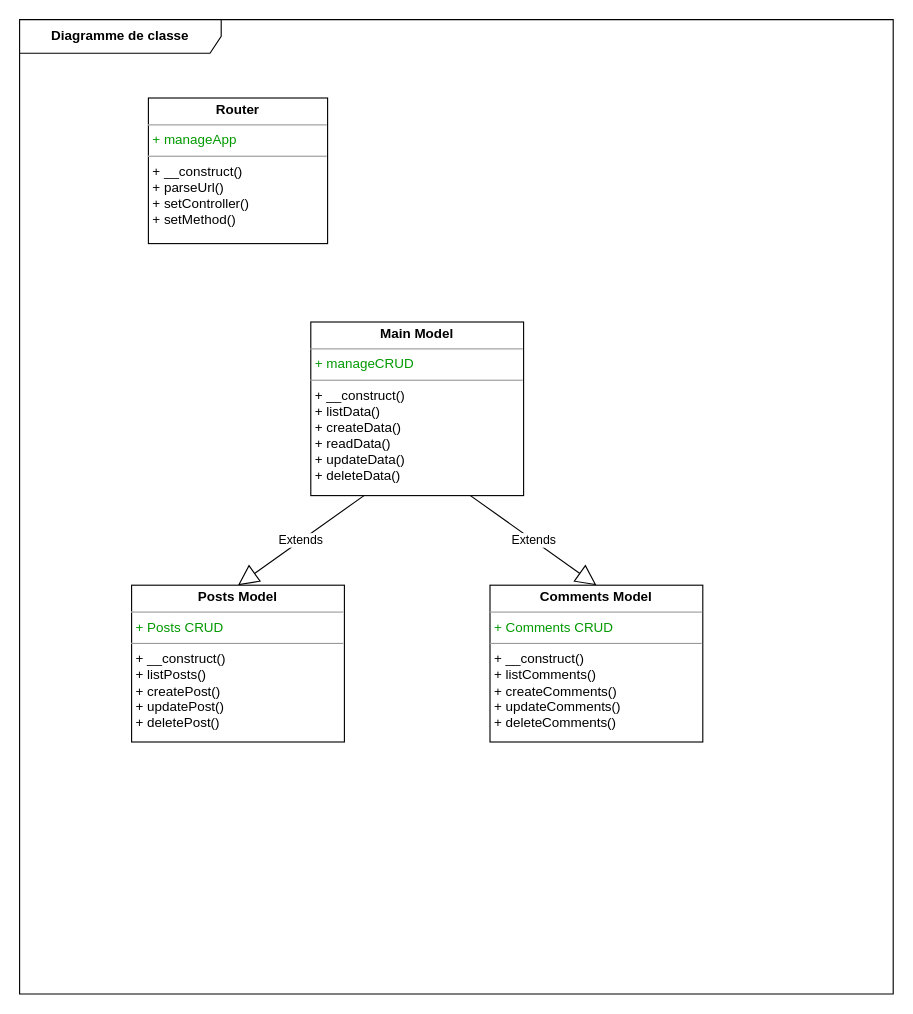
thomas-claireau/PHP---P6-Openclassrooms keeps this draw.io diagram as uml-diagrams/drawio/class-diagram.drawio. Above is the earlier version. Source tidied: cells renumbered, new cells numbered last; positions are measured from the earlier drawing's top-left corner, leaving out a move shared by most shapes. Both pictures are drawn from the tidied source at 112%, with x=0, y=0 at pixel (19, 19).
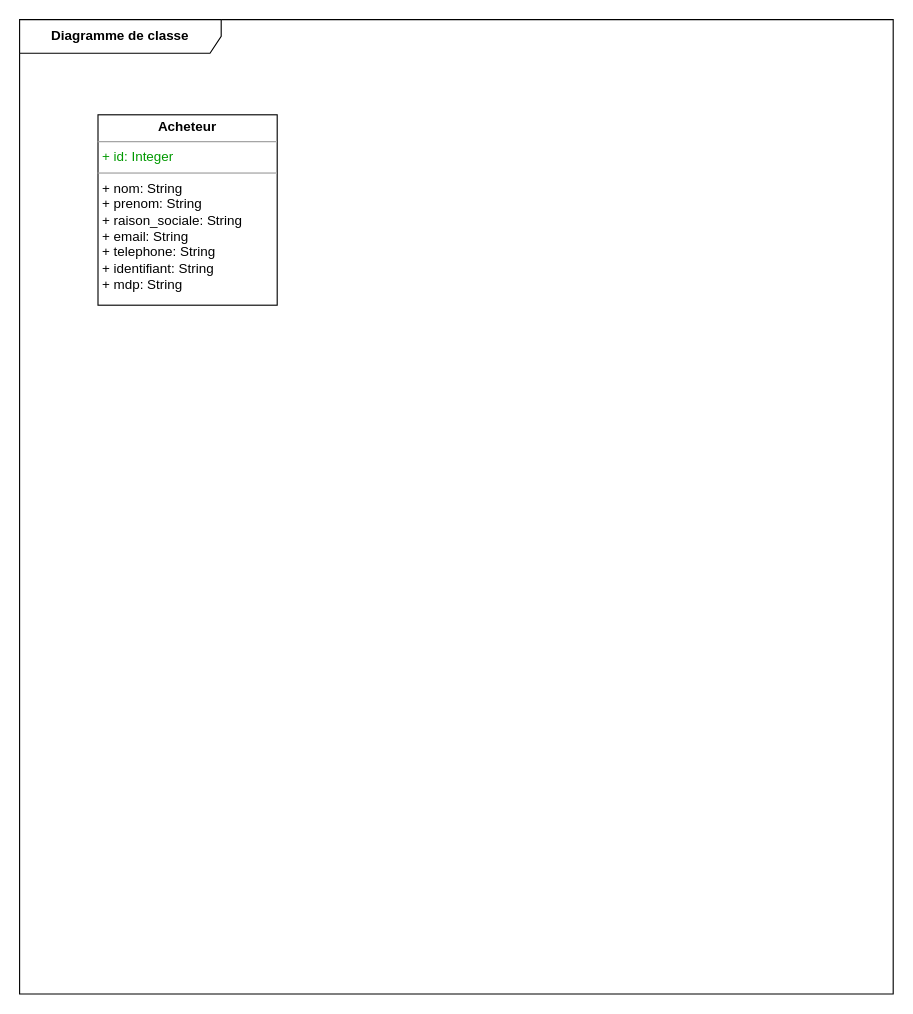
After the change.

Commit message:
update class diagram

Diff of the diagram source:
```diff
@@
 <mxGraphModel>
   <root>
     <mxCell id="0" />
     <mxCell id="1" parent="0" />
     <mxCell id="2" value="&lt;b&gt;Diagramme de classe&lt;/b&gt;" style="shape=umlFrame;whiteSpace=wrap;html=1;width=180;height=30;fillColor=#FFFFFF;swimlaneFillColor=#ffffff;" parent="1" vertex="1">
       <mxGeometry width="780" height="870" as="geometry" />
     </mxCell>
-    <mxCell id="3" value="&lt;p style=&quot;margin: 0px ; margin-top: 4px ; text-align: center&quot;&gt;&lt;b&gt;Router&lt;/b&gt;&lt;/p&gt;&lt;hr size=&quot;1&quot;&gt;&lt;p style=&quot;margin: 0px ; margin-left: 4px&quot;&gt;&lt;font color=&quot;#009900&quot;&gt;+ manageApp&lt;br&gt;&lt;/font&gt;&lt;/p&gt;&lt;hr size=&quot;1&quot;&gt;&lt;p style=&quot;margin: 0px ; margin-left: 4px&quot;&gt;+ __construct()&lt;/p&gt;&lt;p style=&quot;margin: 0px ; margin-left: 4px&quot;&gt;+ parseUrl()&lt;/p&gt;&lt;p style=&quot;margin: 0px ; margin-left: 4px&quot;&gt;+ setController()&lt;/p&gt;&lt;p style=&quot;margin: 0px ; margin-left: 4px&quot;&gt;+ setMethod()&lt;/p&gt;&amp;nbsp;" style="verticalAlign=top;align=left;overflow=fill;fontSize=12;fontFamily=Helvetica;html=1;strokeColor=#000000;fillColor=#FFFFFF;gradientColor=none;gradientDirection=north;" parent="1" vertex="1">
-      <mxGeometry x="115" y="70" width="160" height="130" as="geometry" />
-    </mxCell>
-    <mxCell id="4" value="&lt;p style=&quot;margin: 0px ; margin-top: 4px ; text-align: center&quot;&gt;&lt;b&gt;Main Model&lt;/b&gt;&lt;/p&gt;&lt;hr size=&quot;1&quot;&gt;&lt;p style=&quot;margin: 0px ; margin-left: 4px&quot;&gt;&lt;font color=&quot;#009900&quot;&gt;+ manageCRUD&lt;br&gt;&lt;/font&gt;&lt;/p&gt;&lt;hr size=&quot;1&quot;&gt;&lt;p style=&quot;margin: 0px ; margin-left: 4px&quot;&gt;&lt;span&gt;+ __construct()&lt;/span&gt;&lt;br&gt;&lt;/p&gt;&lt;p style=&quot;margin: 0px ; margin-left: 4px&quot;&gt;+ listData()&lt;/p&gt;&lt;p style=&quot;margin: 0px ; margin-left: 4px&quot;&gt;+&amp;nbsp;createData()&lt;/p&gt;&lt;p style=&quot;margin: 0px ; margin-left: 4px&quot;&gt;+&amp;nbsp;readData()&lt;/p&gt;&lt;p style=&quot;margin: 0px ; margin-left: 4px&quot;&gt;+&amp;nbsp;updateData()&lt;/p&gt;&lt;p style=&quot;margin: 0px ; margin-left: 4px&quot;&gt;+&amp;nbsp;deleteData()&lt;/p&gt;&lt;p style=&quot;margin: 0px ; margin-left: 4px&quot;&gt;&lt;font color=&quot;#007FFF&quot;&gt;&lt;/font&gt;&lt;br&gt;&lt;/p&gt;&amp;nbsp;" style="verticalAlign=top;align=left;overflow=fill;fontSize=12;fontFamily=Helvetica;html=1;strokeColor=#000000;fillColor=#FFFFFF;" parent="1" vertex="1">
-      <mxGeometry x="260" y="270" width="190" height="155" as="geometry" />
-    </mxCell>
-    <mxCell id="5" value="Extends" style="endArrow=block;endSize=16;endFill=0;html=1;exitX=0.25;exitY=1;exitDx=0;exitDy=0;entryX=0.5;entryY=0;entryDx=0;entryDy=0;" parent="1" edge="1" source="4" target="6">
-      <mxGeometry relative="1" as="geometry" />
-    </mxCell>
-    <mxCell id="6" value="&lt;p style=&quot;margin: 0px ; margin-top: 4px ; text-align: center&quot;&gt;&lt;b&gt;Posts Model&lt;/b&gt;&lt;/p&gt;&lt;hr size=&quot;1&quot;&gt;&lt;p style=&quot;margin: 0px ; margin-left: 4px&quot;&gt;&lt;font color=&quot;#009900&quot;&gt;+ Posts CRUD&lt;br&gt;&lt;/font&gt;&lt;/p&gt;&lt;hr size=&quot;1&quot;&gt;&lt;p style=&quot;margin: 0px ; margin-left: 4px&quot;&gt;&lt;span&gt;+ __construct()&lt;/span&gt;&lt;br&gt;&lt;/p&gt;&lt;p style=&quot;margin: 0px ; margin-left: 4px&quot;&gt;+ listPosts()&lt;/p&gt;&lt;p style=&quot;margin: 0px ; margin-left: 4px&quot;&gt;+&amp;nbsp;createPost()&lt;/p&gt;&lt;p style=&quot;margin: 0px ; margin-left: 4px&quot;&gt;+&amp;nbsp;updatePost()&lt;/p&gt;&lt;p style=&quot;margin: 0px ; margin-left: 4px&quot;&gt;+&amp;nbsp;deletePost()&lt;/p&gt;&lt;p style=&quot;margin: 0px ; margin-left: 4px&quot;&gt;&lt;font color=&quot;#007FFF&quot;&gt;&lt;/font&gt;&lt;br&gt;&lt;/p&gt;&amp;nbsp;" style="verticalAlign=top;align=left;overflow=fill;fontSize=12;fontFamily=Helvetica;html=1;strokeColor=#000000;fillColor=#FFFFFF;" parent="1" vertex="1">
-      <mxGeometry x="100" y="505" width="190" height="140" as="geometry" />
-    </mxCell>
-    <mxCell id="7" value="&lt;p style=&quot;margin: 0px ; margin-top: 4px ; text-align: center&quot;&gt;&lt;b&gt;Comments Model&lt;/b&gt;&lt;/p&gt;&lt;hr size=&quot;1&quot;&gt;&lt;p style=&quot;margin: 0px ; margin-left: 4px&quot;&gt;&lt;font color=&quot;#009900&quot;&gt;+ Comments CRUD&lt;br&gt;&lt;/font&gt;&lt;/p&gt;&lt;hr size=&quot;1&quot;&gt;&lt;p style=&quot;margin: 0px ; margin-left: 4px&quot;&gt;&lt;span&gt;+ __construct()&lt;/span&gt;&lt;br&gt;&lt;/p&gt;&lt;p style=&quot;margin: 0px ; margin-left: 4px&quot;&gt;+ listComments()&lt;/p&gt;&lt;p style=&quot;margin: 0px ; margin-left: 4px&quot;&gt;+&amp;nbsp;createComments()&lt;/p&gt;&lt;p style=&quot;margin: 0px ; margin-left: 4px&quot;&gt;+&amp;nbsp;updateComments()&lt;/p&gt;&lt;p style=&quot;margin: 0px ; margin-left: 4px&quot;&gt;+&amp;nbsp;deleteComments()&lt;/p&gt;&lt;p style=&quot;margin: 0px ; margin-left: 4px&quot;&gt;&lt;font color=&quot;#007FFF&quot;&gt;&lt;/font&gt;&lt;br&gt;&lt;/p&gt;&amp;nbsp;" style="verticalAlign=top;align=left;overflow=fill;fontSize=12;fontFamily=Helvetica;html=1;strokeColor=#000000;fillColor=#FFFFFF;" parent="1" vertex="1">
-      <mxGeometry x="420" y="505" width="190" height="140" as="geometry" />
-    </mxCell>
-    <mxCell id="8" value="Extends" style="endArrow=block;endSize=16;endFill=0;html=1;exitX=0.75;exitY=1;exitDx=0;exitDy=0;entryX=0.5;entryY=0;entryDx=0;entryDy=0;" parent="1" edge="1" source="4" target="7">
-      <mxGeometry relative="1" as="geometry" />
-    </mxCell>
+    <mxCell id="9" value="&lt;p style=&quot;margin: 0px ; margin-top: 4px ; text-align: center&quot;&gt;&lt;b&gt;Acheteur&lt;/b&gt;&lt;/p&gt;&lt;hr size=&quot;1&quot;&gt;&lt;p style=&quot;margin: 0px ; margin-left: 4px&quot;&gt;&lt;font color=&quot;#009900&quot;&gt;+ id: Integer&lt;br&gt;&lt;/font&gt;&lt;/p&gt;&lt;hr size=&quot;1&quot;&gt;&lt;p style=&quot;margin: 0px ; margin-left: 4px&quot;&gt;+ nom: String&lt;br&gt;&lt;/p&gt;&lt;p style=&quot;margin: 0px ; margin-left: 4px&quot;&gt;+ prenom: String&lt;/p&gt;&lt;p style=&quot;margin: 0px ; margin-left: 4px&quot;&gt;+ raison_sociale: String&lt;/p&gt;&lt;p style=&quot;margin: 0px ; margin-left: 4px&quot;&gt;+ email: String&lt;/p&gt;&lt;p style=&quot;margin: 0px ; margin-left: 4px&quot;&gt;+ telephone: String&lt;/p&gt;&lt;p style=&quot;margin: 0px ; margin-left: 4px&quot;&gt;+ identifiant: String&lt;/p&gt;&lt;p style=&quot;margin: 0px ; margin-left: 4px&quot;&gt;+ mdp: String&lt;/p&gt;&amp;nbsp;" style="verticalAlign=top;align=left;overflow=fill;fontSize=12;fontFamily=Helvetica;html=1;strokeColor=#000000;fillColor=#FFFFFF;gradientColor=none;gradientDirection=north;" parent="1" vertex="1">
+      <mxGeometry x="70" y="85" width="160" height="170" as="geometry" />
+    </mxCell>
   </root>
 </mxGraphModel>
```
